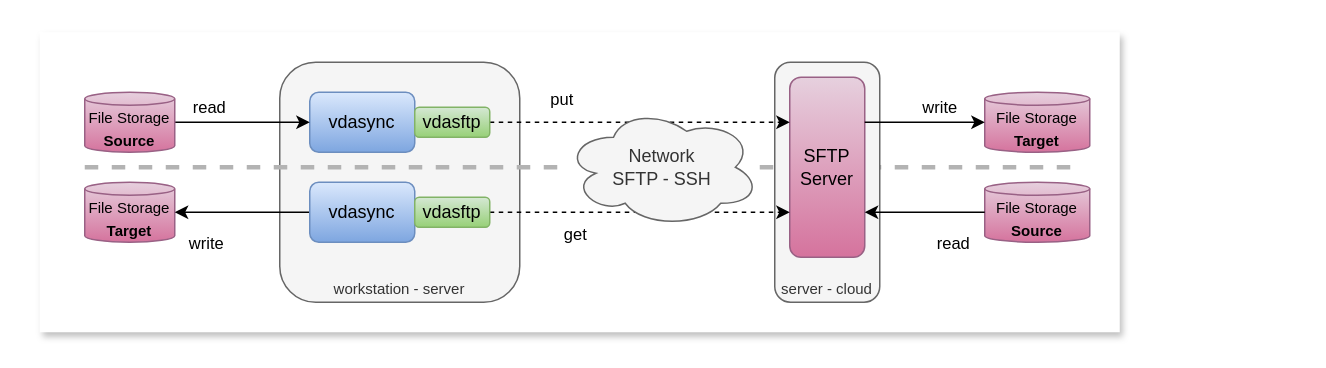
Before: page "sftp" (5 of 11) of docs/images/vdasync.drawio in t-beigbeder/vdasync, a draw.io diagram. Source tidied: cells renumbered, new cells numbered last; positions are measured from the earlier drawing's top-left corner, leaving out a move shared by most shapes. Both pictures are drawn from the tidied source at 150%, with x=0, y=0 at pixel (39, 32).
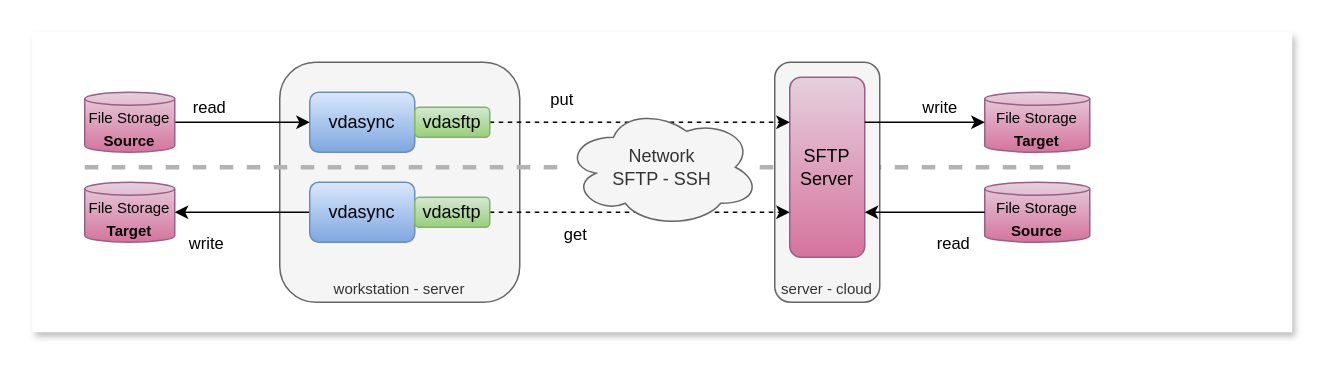
Above is the later version.

The edit, as a diff of the source:
```diff
@@
-    <mxCell id="2" style="rounded=0;whiteSpace=wrap;html=1;shadow=1;glass=0;strokeColor=none;" parent="1" vertex="1">
-      <mxGeometry width="720" height="200" as="geometry" />
-    </mxCell>
+    <mxCell id="23" style="rounded=0;whiteSpace=wrap;html=1;shadow=1;glass=0;strokeColor=none;" parent="1" vertex="1">
+      <mxGeometry x="-5" width="840" height="200" as="geometry" />
+    </mxCell>
```
